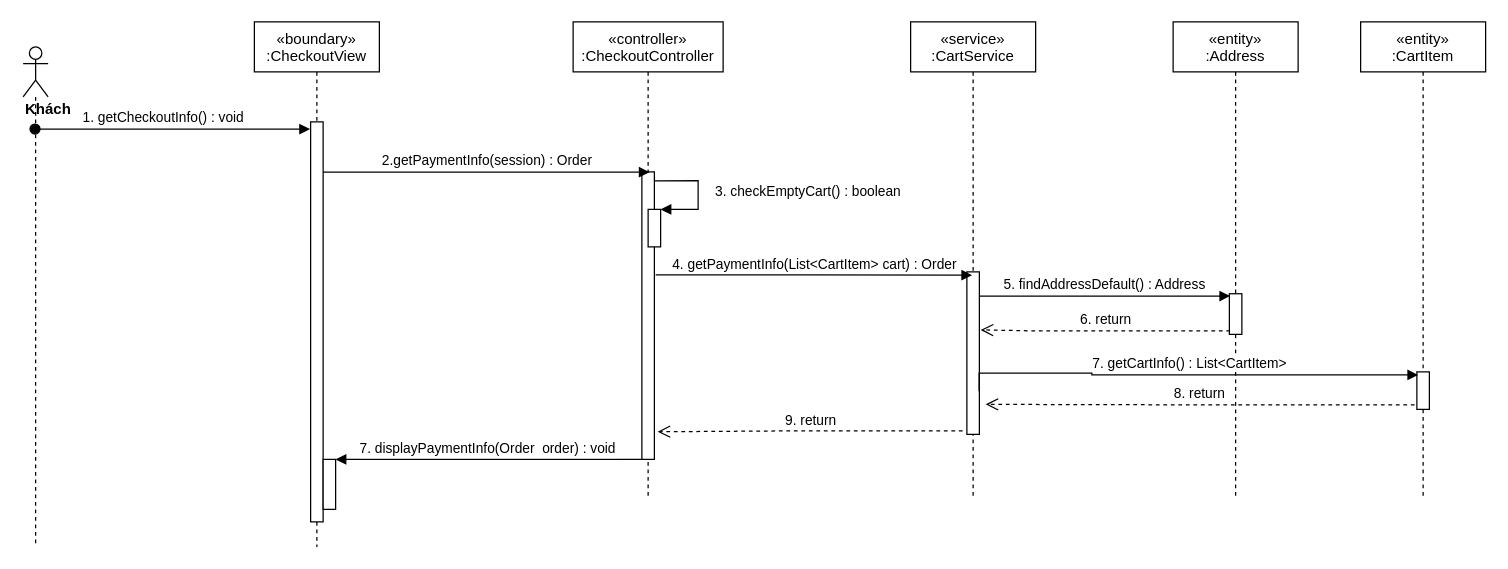
Earlier version of the draw.io diagram sequence diagram/view-checkout-info-sequence.drawio (nguyenphamvan/datn_20202). Source tidied: cells renumbered, new cells numbered last; positions are measured from the earlier drawing's top-left corner, leaving out a move shared by most shapes. Both pictures are drawn from the tidied source at 125%, with x=0, y=0 at pixel (22, 21).
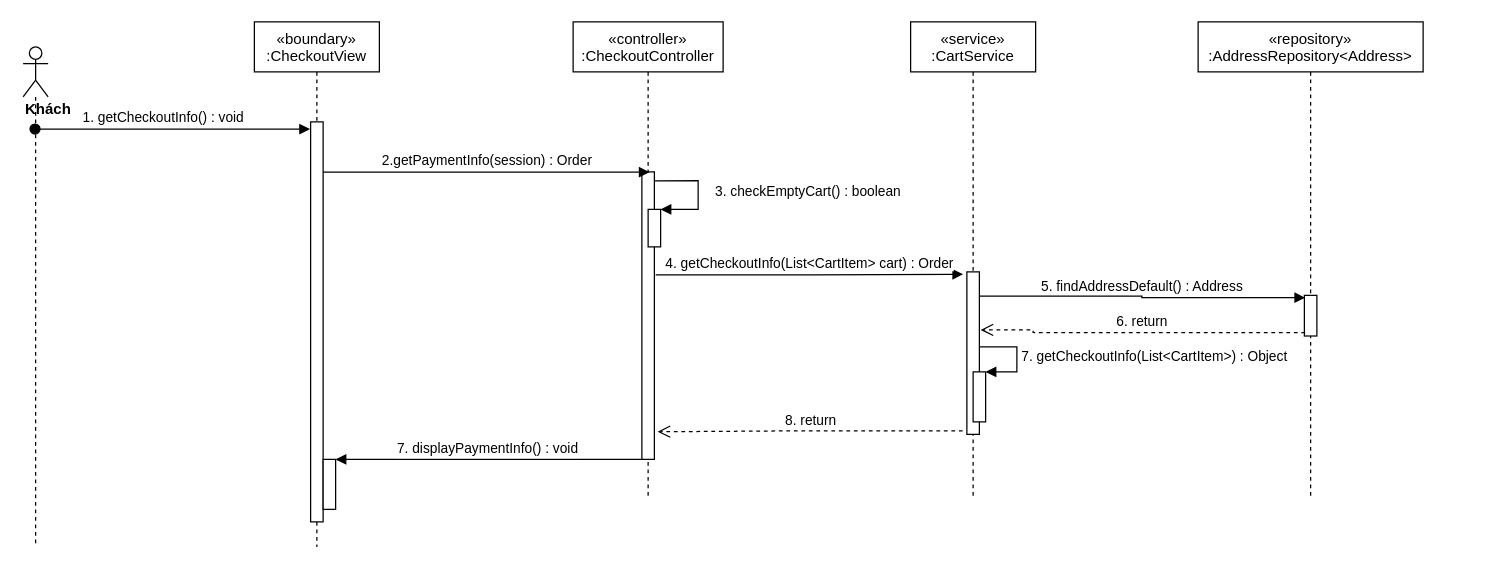
After the change.

Unchanged cells that the change refers to:
```xml
<mxCell id="4" style="html=1;points=[];perimeter=orthogonalPerimeter;" parent="2" vertex="1">
  <mxGeometry x="55" y="350" width="10" height="40" as="geometry" />
</mxCell>
<mxCell id="6" style="points=[];perimeter=orthogonalPerimeter;rounded=0;shadow=0;strokeWidth=1;" parent="5" vertex="1">
  <mxGeometry x="55" y="120" width="10" height="230" as="geometry" />
</mxCell>
<mxCell id="12" style="points=[];perimeter=orthogonalPerimeter;rounded=0;shadow=0;strokeWidth=1;" parent="11" vertex="1">
  <mxGeometry x="45" y="200" width="10" height="130" as="geometry" />
</mxCell>
```

What changed in the source:
```diff
@@
-    <mxCell id="14" value="«entity»&#10;:Address" style="shape=umlLifeline;perimeter=lifelinePerimeter;rounded=0;shadow=0;strokeWidth=1;" parent="1" vertex="1">
-      <mxGeometry x="920" width="100" height="380" as="geometry" />
+    <mxCell id="14" value="«repository»&#10;:AddressRepository&lt;Address&gt;" style="shape=umlLifeline;perimeter=lifelinePerimeter;rounded=0;shadow=0;strokeWidth=1;" parent="1" vertex="1">
+      <mxGeometry x="940" width="180" height="380" as="geometry" />
     </mxCell>
     <mxCell id="15" style="points=[];perimeter=orthogonalPerimeter;rounded=0;shadow=0;strokeWidth=1;" parent="14" vertex="1">
-      <mxGeometry x="45" y="217.5" width="10" height="32.5" as="geometry" />
+      <mxGeometry x="85" y="218.8" width="10" height="32.5" as="geometry" />
     </mxCell>
-    <mxCell id="16" value="7. displayPaymentInfo(Order  order) : void" style="verticalAlign=bottom;endArrow=block;shadow=0;strokeWidth=1;" parent="1" edge="1" source="6" target="4">
+    <mxCell id="16" value="7. displayPaymentInfo() : void" style="verticalAlign=bottom;endArrow=block;shadow=0;strokeWidth=1;" parent="1" edge="1" source="6" target="4">
       <mxGeometry relative="1" as="geometry" />
     </mxCell>
-    <mxCell id="17" value="4. getPaymentInfo(List&amp;lt;CartItem&amp;gt; cart) : Order" style="html=1;verticalAlign=bottom;endArrow=block;rounded=0;edgeStyle=orthogonalEdgeStyle;entryX=0.42;entryY=0.02;entryDx=0;entryDy=0;entryPerimeter=0;exitX=1.1;exitY=0.358;exitDx=0;exitDy=0;exitPerimeter=0;" parent="1" edge="1" source="6" target="12">
+    <mxCell id="17" value="4. getCheckoutInfo(List&amp;lt;CartItem&amp;gt; cart) : Order" style="html=1;verticalAlign=bottom;endArrow=block;rounded=0;edgeStyle=orthogonalEdgeStyle;exitX=1.1;exitY=0.358;exitDx=0;exitDy=0;exitPerimeter=0;entryX=-0.3;entryY=0.015;entryDx=0;entryDy=0;entryPerimeter=0;" parent="1" edge="1" source="6" target="12">
       <mxGeometry relative="1" as="geometry" />
     </mxCell>
-    <mxCell id="18" value="«entity»&#10;:CartItem" style="shape=umlLifeline;perimeter=lifelinePerimeter;rounded=0;shadow=0;strokeWidth=1;" parent="1" vertex="1">
-      <mxGeometry x="1070" width="100" height="380" as="geometry" />
-    </mxCell>
-    <mxCell id="19" style="points=[];perimeter=orthogonalPerimeter;rounded=0;shadow=0;strokeWidth=1;" parent="18" vertex="1">
-      <mxGeometry x="45" y="280" width="10" height="30" as="geometry" />
-    </mxCell>
@@
-    <mxCell id="22" value="7. getCartInfo() : List&amp;lt;CartItem&amp;gt;" style="html=1;verticalAlign=bottom;endArrow=block;rounded=0;edgeStyle=orthogonalEdgeStyle;exitX=0.98;exitY=0.735;exitDx=0;exitDy=0;exitPerimeter=0;entryX=0.1;entryY=0.08;entryDx=0;entryDy=0;entryPerimeter=0;" parent="1" edge="1" source="12" target="19">
-      <mxGeometry relative="1" as="geometry">
-        <Array as="points">
-          <mxPoint x="855" y="281" />
-          <mxPoint x="855" y="282" />
-        </Array>
-      </mxGeometry>
-    </mxCell>
-    <mxCell id="23" value="9. return" style="html=1;verticalAlign=bottom;endArrow=open;dashed=1;endSize=8;rounded=0;edgeStyle=orthogonalEdgeStyle;entryX=1.26;entryY=0.904;entryDx=0;entryDy=0;entryPerimeter=0;exitX=-0.34;exitY=0.978;exitDx=0;exitDy=0;exitPerimeter=0;" parent="1" edge="1" source="12" target="6">
+    <mxCell id="23" value="8. return" style="html=1;verticalAlign=bottom;endArrow=open;dashed=1;endSize=8;rounded=0;edgeStyle=orthogonalEdgeStyle;entryX=1.26;entryY=0.904;entryDx=0;entryDy=0;entryPerimeter=0;exitX=-0.34;exitY=0.978;exitDx=0;exitDy=0;exitPerimeter=0;" parent="1" edge="1" source="12" target="6">
       <mxGeometry relative="1" as="geometry" />
     </mxCell>
-    <mxCell id="24" value="8. return" style="html=1;verticalAlign=bottom;endArrow=open;dashed=1;endSize=8;rounded=0;edgeStyle=orthogonalEdgeStyle;exitX=-0.18;exitY=0.88;exitDx=0;exitDy=0;exitPerimeter=0;" parent="1" edge="1" source="19">
-      <mxGeometry relative="1" as="geometry">
-        <mxPoint x="770" y="306" as="targetPoint" />
-      </mxGeometry>
-    </mxCell>
+    <mxCell id="25" style="html=1;points=[];perimeter=orthogonalPerimeter;" parent="1" vertex="1">
+      <mxGeometry x="760" y="280" width="10" height="40" as="geometry" />
+    </mxCell>
+    <mxCell id="26" value="7. getCheckoutInfo(List&amp;lt;CartItem&amp;gt;) : Object" style="edgeStyle=orthogonalEdgeStyle;html=1;align=left;spacingLeft=2;endArrow=block;rounded=0;entryX=1;entryY=0;" parent="1" edge="1" source="12" target="25">
+      <mxGeometry relative="1" as="geometry">
+        <Array as="points">
+          <mxPoint x="795" y="260" />
+          <mxPoint x="795" y="280" />
+        </Array>
+      </mxGeometry>
+    </mxCell>
```
